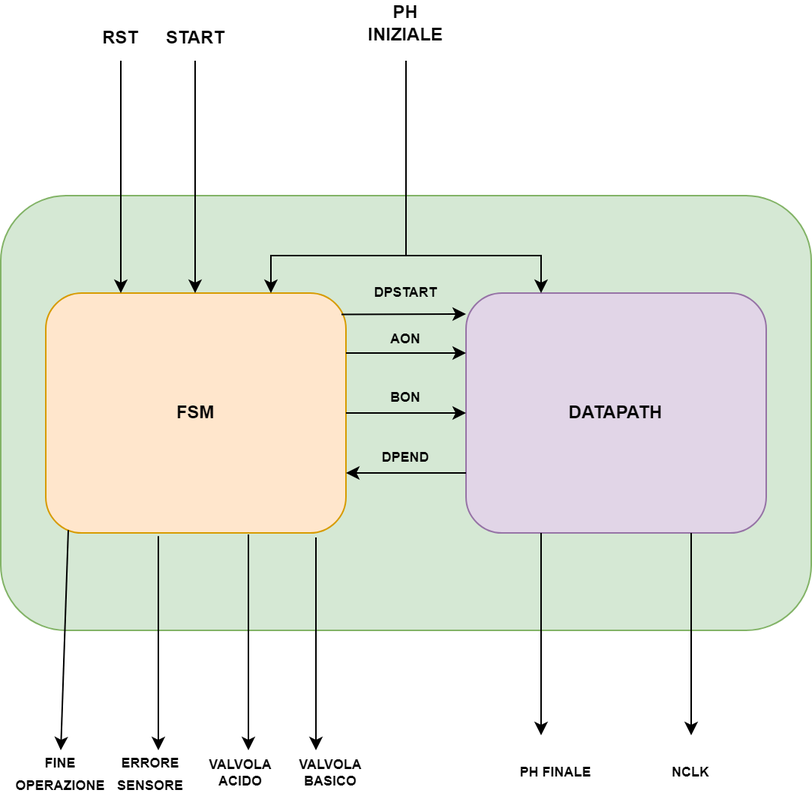
Before: relazione/resources/img/fsm.png, a diagram exported from draw.io (vivia1990/univr-progetto-sis). Source tidied: cells renumbered, new cells last; positions are measured from the earlier drawing's top-left corner, leaving out a move shared by most shapes.
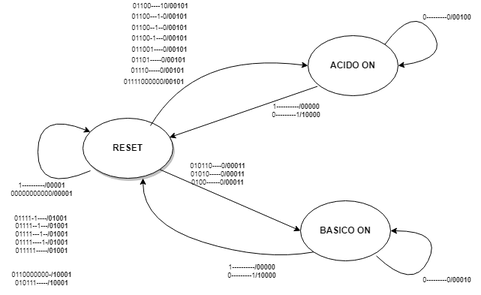
The same diagram one commit later.

Change to the diagram source:
```diff
@@ -2,133 +2,83 @@
   <root>
     <mxCell id="0" />
     <mxCell id="1" parent="0" />
-    <mxCell id="2" style="rounded=1;whiteSpace=wrap;html=1;fillColor=#d5e8d4;strokeColor=#82b366;" parent="1" vertex="1">
-      <mxGeometry y="130" width="540" height="290" as="geometry" />
-    </mxCell>
-    <mxCell id="3" value="&lt;b&gt;FSM&lt;/b&gt;" style="rounded=1;whiteSpace=wrap;html=1;fillColor=#ffe6cc;strokeColor=#d79b00;" parent="1" vertex="1">
-      <mxGeometry x="30" y="195" width="200" height="160" as="geometry" />
-    </mxCell>
-    <mxCell id="4" value="&lt;b&gt;DATAPATH&lt;/b&gt;" style="rounded=1;whiteSpace=wrap;html=1;fillColor=#e1d5e7;strokeColor=#9673a6;" parent="1" vertex="1">
-      <mxGeometry x="310" y="195" width="200" height="160" as="geometry" />
-    </mxCell>
-    <mxCell id="5" style="endArrow=none;html=1;rounded=0;entryX=0;entryY=0.75;entryDx=0;entryDy=0;exitX=1;exitY=0.75;exitDx=0;exitDy=0;startArrow=classic;startFill=1;endFill=0;" parent="1" edge="1" source="3" target="4">
-      <mxGeometry relative="1" as="geometry" />
-    </mxCell>
-    <mxCell id="6" style="endArrow=classic;html=1;rounded=0;entryX=0.25;entryY=0;entryDx=0;entryDy=0;" parent="1" edge="1" target="3">
-      <mxGeometry relative="1" as="geometry">
-        <mxPoint x="80" y="40" as="sourcePoint" />
-      </mxGeometry>
-    </mxCell>
-    <mxCell id="7" style="endArrow=classic;html=1;rounded=0;entryX=0.25;entryY=0;entryDx=0;entryDy=0;" parent="1" edge="1">
-      <mxGeometry relative="1" as="geometry">
-        <mxPoint x="129.5" y="40" as="sourcePoint" />
-        <mxPoint x="129.5" y="195" as="targetPoint" />
-      </mxGeometry>
-    </mxCell>
-    <mxCell id="8" style="endArrow=none;html=1;rounded=0;" parent="1" edge="1" source="2">
-      <mxGeometry relative="1" as="geometry">
-        <mxPoint x="270" y="40" as="targetPoint" />
-        <Array as="points">
-          <mxPoint x="270" y="170" />
-        </Array>
-      </mxGeometry>
-    </mxCell>
-    <mxCell id="9" style="endArrow=classic;html=1;rounded=0;entryX=0.75;entryY=0;entryDx=0;entryDy=0;" parent="1" edge="1" target="3">
-      <mxGeometry relative="1" as="geometry">
-        <mxPoint x="270" y="170" as="sourcePoint" />
-        <Array as="points">
-          <mxPoint x="180" y="170" />
-        </Array>
-      </mxGeometry>
-    </mxCell>
-    <mxCell id="10" style="endArrow=classic;html=1;rounded=0;entryX=0.25;entryY=0;entryDx=0;entryDy=0;" parent="1" edge="1" target="4">
-      <mxGeometry relative="1" as="geometry">
-        <mxPoint x="270" y="170" as="sourcePoint" />
-        <Array as="points">
-          <mxPoint x="360" y="170" />
-        </Array>
-      </mxGeometry>
-    </mxCell>
-    <mxCell id="11" style="endArrow=classic;html=1;rounded=0;entryX=0.5;entryY=0;entryDx=0;entryDy=0;exitX=0.075;exitY=0.988;exitDx=0;exitDy=0;exitPerimeter=0;" parent="1" edge="1" source="3" target="20">
-      <mxGeometry relative="1" as="geometry" />
-    </mxCell>
-    <mxCell id="12" style="endArrow=classic;html=1;rounded=0;exitX=0.675;exitY=1.006;exitDx=0;exitDy=0;exitPerimeter=0;" parent="1" edge="1" source="3">
-      <mxGeometry relative="1" as="geometry">
-        <mxPoint x="165" y="500" as="targetPoint" />
-      </mxGeometry>
-    </mxCell>
-    <mxCell id="13" style="endArrow=classic;html=1;rounded=0;exitX=0.9;exitY=1.019;exitDx=0;exitDy=0;exitPerimeter=0;" parent="1" edge="1" source="3">
-      <mxGeometry relative="1" as="geometry">
-        <mxPoint x="210" y="500" as="targetPoint" />
-      </mxGeometry>
-    </mxCell>
-    <mxCell id="14" style="endArrow=classic;html=1;rounded=0;exitX=0.375;exitY=1.013;exitDx=0;exitDy=0;exitPerimeter=0;" parent="1" edge="1" source="3">
-      <mxGeometry relative="1" as="geometry">
-        <mxPoint x="105" y="500" as="targetPoint" />
-      </mxGeometry>
-    </mxCell>
-    <mxCell id="15" style="endArrow=classic;html=1;rounded=0;exitX=0.25;exitY=1;exitDx=0;exitDy=0;" parent="1" edge="1" source="4">
-      <mxGeometry relative="1" as="geometry">
-        <mxPoint x="360" y="490" as="targetPoint" />
-      </mxGeometry>
-    </mxCell>
-    <mxCell id="16" style="endArrow=classic;html=1;rounded=0;exitX=0.75;exitY=1;exitDx=0;exitDy=0;" parent="1" edge="1" source="4">
-      <mxGeometry relative="1" as="geometry">
-        <mxPoint x="460" y="490" as="targetPoint" />
-      </mxGeometry>
-    </mxCell>
-    <mxCell id="17" value="&lt;b&gt;RST&lt;/b&gt;" style="text;html=1;strokeColor=none;fillColor=none;align=center;verticalAlign=middle;whiteSpace=wrap;rounded=0;" parent="1" vertex="1">
-      <mxGeometry x="50" y="10" width="60" height="30" as="geometry" />
-    </mxCell>
-    <mxCell id="18" value="&lt;b&gt;START&lt;/b&gt;" style="text;html=1;strokeColor=none;fillColor=none;align=center;verticalAlign=middle;whiteSpace=wrap;rounded=0;" parent="1" vertex="1">
-      <mxGeometry x="100" y="10" width="60" height="30" as="geometry" />
-    </mxCell>
-    <mxCell id="19" value="&lt;b&gt;PH INIZIALE&lt;/b&gt;" style="text;html=1;strokeColor=none;fillColor=none;align=center;verticalAlign=middle;whiteSpace=wrap;rounded=0;" parent="1" vertex="1">
-      <mxGeometry x="240" width="60" height="30" as="geometry" />
-    </mxCell>
-    <mxCell id="20" value="&lt;font style=&quot;font-size: 9px;&quot;&gt;&lt;b&gt;FINE OPERAZIONE&lt;/b&gt;&lt;/font&gt;" style="text;html=1;strokeColor=none;fillColor=none;align=center;verticalAlign=middle;whiteSpace=wrap;rounded=0;" parent="1" vertex="1">
-      <mxGeometry x="10" y="500" width="60" height="30" as="geometry" />
-    </mxCell>
-    <mxCell id="21" value="&lt;font style=&quot;font-size: 9px;&quot;&gt;&lt;b&gt;ERRORE SENSORE&lt;/b&gt;&lt;/font&gt;" style="text;html=1;strokeColor=none;fillColor=none;align=center;verticalAlign=middle;whiteSpace=wrap;rounded=0;" parent="1" vertex="1">
-      <mxGeometry x="70" y="500" width="60" height="30" as="geometry" />
-    </mxCell>
-    <mxCell id="22" style="edgeStyle=orthogonalEdgeStyle;rounded=0;orthogonalLoop=1;jettySize=auto;html=1;exitX=0.5;exitY=1;exitDx=0;exitDy=0;" parent="1" edge="1" source="21" target="21">
-      <mxGeometry relative="1" as="geometry" />
-    </mxCell>
-    <mxCell id="23" value="&lt;b&gt;VALVOLA ACIDO&lt;/b&gt;" style="text;html=1;strokeColor=none;fillColor=none;align=center;verticalAlign=middle;whiteSpace=wrap;rounded=0;fontSize=9;" parent="1" vertex="1">
-      <mxGeometry x="130" y="500" width="60" height="30" as="geometry" />
-    </mxCell>
-    <mxCell id="24" value="&lt;b&gt;VALVOLA BASICO&lt;/b&gt;" style="text;html=1;strokeColor=none;fillColor=none;align=center;verticalAlign=middle;whiteSpace=wrap;rounded=0;fontSize=9;" parent="1" vertex="1">
-      <mxGeometry x="190" y="500" width="60" height="30" as="geometry" />
-    </mxCell>
-    <mxCell id="25" value="&lt;b&gt;PH FINALE&lt;/b&gt;" style="text;html=1;strokeColor=none;fillColor=none;align=center;verticalAlign=middle;whiteSpace=wrap;rounded=0;fontSize=9;" parent="1" vertex="1">
-      <mxGeometry x="340" y="500" width="60" height="30" as="geometry" />
-    </mxCell>
-    <mxCell id="26" value="&lt;b&gt;NCLK&lt;/b&gt;" style="text;html=1;strokeColor=none;fillColor=none;align=center;verticalAlign=middle;whiteSpace=wrap;rounded=0;fontSize=9;" parent="1" vertex="1">
-      <mxGeometry x="430" y="500" width="60" height="30" as="geometry" />
-    </mxCell>
-    <mxCell id="27" value="&lt;b&gt;DPEND&lt;/b&gt;" style="text;html=1;strokeColor=none;fillColor=none;align=center;verticalAlign=middle;whiteSpace=wrap;rounded=0;fontSize=9;" parent="1" vertex="1">
-      <mxGeometry x="240" y="290" width="60" height="30" as="geometry" />
-    </mxCell>
-    <mxCell id="28" value="&lt;b&gt;DPSTART&lt;/b&gt;" style="text;html=1;strokeColor=none;fillColor=none;align=center;verticalAlign=middle;whiteSpace=wrap;rounded=0;fontSize=9;" parent="1" vertex="1">
-      <mxGeometry x="240" y="180" width="60" height="30" as="geometry" />
-    </mxCell>
-    <mxCell id="29" style="endArrow=classic;html=1;rounded=0;fontSize=9;exitX=0.985;exitY=0.089;exitDx=0;exitDy=0;exitPerimeter=0;" parent="1" edge="1" source="3">
-      <mxGeometry relative="1" as="geometry">
-        <mxPoint x="310" y="209" as="targetPoint" />
-      </mxGeometry>
-    </mxCell>
-    <mxCell id="30" style="endArrow=classic;html=1;rounded=0;exitX=1;exitY=0.25;exitDx=0;exitDy=0;entryX=0;entryY=0.25;entryDx=0;entryDy=0;" parent="1" edge="1" source="3" target="4">
-      <mxGeometry relative="1" as="geometry" />
-    </mxCell>
-    <mxCell id="31" style="endArrow=classic;html=1;rounded=0;exitX=1;exitY=0.5;exitDx=0;exitDy=0;entryX=0;entryY=0.5;entryDx=0;entryDy=0;" parent="1" edge="1" source="3" target="4">
-      <mxGeometry relative="1" as="geometry" />
-    </mxCell>
-    <mxCell id="32" value="&lt;b&gt;&lt;font style=&quot;font-size: 9px;&quot;&gt;AON&lt;/font&gt;&lt;/b&gt;" style="text;html=1;strokeColor=none;fillColor=none;align=center;verticalAlign=middle;whiteSpace=wrap;rounded=0;" parent="1" vertex="1">
-      <mxGeometry x="240" y="210" width="60" height="30" as="geometry" />
-    </mxCell>
-    <mxCell id="33" value="&lt;b&gt;BON&lt;/b&gt;" style="text;html=1;strokeColor=none;fillColor=none;align=center;verticalAlign=middle;whiteSpace=wrap;rounded=0;fontSize=9;" parent="1" vertex="1">
-      <mxGeometry x="240" y="250" width="60" height="30" as="geometry" />
-    </mxCell>
+    <mxCell id="34" value="&lt;b&gt;RESET&lt;/b&gt;" style="ellipse;whiteSpace=wrap;html=1;perimeterSpacing=0;strokeColor=default;gradientColor=#ffffff;shadow=1;sketch=0;fillStyle=auto;fillColor=default;comic=0;" parent="1" vertex="1">
+      <mxGeometry y="200" width="120" height="80" as="geometry" />
+    </mxCell>
+    <mxCell id="35" value="&lt;b&gt;ACIDO ON&lt;/b&gt;" style="ellipse;whiteSpace=wrap;html=1;" parent="1" vertex="1">
+      <mxGeometry x="300" y="90" width="120" height="80" as="geometry" />
+    </mxCell>
+    <mxCell id="36" value="&lt;b&gt;BASICO ON&lt;/b&gt;" style="ellipse;whiteSpace=wrap;html=1;" parent="1" vertex="1">
+      <mxGeometry x="290" y="310" width="120" height="80" as="geometry" />
+    </mxCell>
+    <mxCell id="37" value="&lt;font style=&quot;font-size: 9px;&quot;&gt;&amp;nbsp; &amp;nbsp; &amp;nbsp; &amp;nbsp;01100----10&lt;b&gt;/00101&lt;/b&gt;&lt;br&gt;&amp;nbsp; &amp;nbsp; &amp;nbsp; 01100---1-0&lt;b&gt;/00101&lt;/b&gt;&lt;br&gt;&amp;nbsp; &amp;nbsp; &amp;nbsp; 01100--1--0&lt;b&gt;/00101&lt;/b&gt;&lt;br&gt;&amp;nbsp; &amp;nbsp; &amp;nbsp; 01100-1---0&lt;b&gt;/00101&lt;br&gt;&lt;/b&gt;&amp;nbsp; &amp;nbsp; &amp;nbsp; 011001----0&lt;b&gt;/00101&lt;/b&gt;&lt;br&gt;&amp;nbsp; &amp;nbsp; &amp;nbsp;01101-----0&lt;b&gt;/00101&lt;/b&gt;&lt;br&gt;&amp;nbsp; &amp;nbsp; 01110-----0&lt;b&gt;/00101&lt;/b&gt;&lt;br&gt;01111000000&lt;b&gt;/00101&lt;/b&gt;&lt;/font&gt;" style="text;html=1;strokeColor=none;fillColor=none;align=center;verticalAlign=middle;whiteSpace=wrap;rounded=0;" parent="1" vertex="1">
+      <mxGeometry x="30" y="50" width="130" height="100" as="geometry" />
+    </mxCell>
+    <mxCell id="38" value="&lt;div style=&quot;font-size: 9px;&quot;&gt;&lt;font style=&quot;font-size: 9px;&quot;&gt;010110----0&lt;b style=&quot;&quot;&gt;/00011&lt;/b&gt;&lt;/font&gt;&lt;/div&gt;&lt;div style=&quot;font-size: 9px;&quot;&gt;&lt;font style=&quot;font-size: 9px;&quot;&gt;01010-----0&lt;b&gt;/00011&lt;/b&gt;&lt;/font&gt;&lt;/div&gt;&lt;div style=&quot;font-size: 9px;&quot;&gt;&lt;font style=&quot;font-size: 9px;&quot;&gt;0100------0&lt;b style=&quot;&quot;&gt;/00011&lt;/b&gt;&lt;/font&gt;&lt;/div&gt;" style="text;html=1;strokeColor=none;fillColor=none;align=center;verticalAlign=middle;whiteSpace=wrap;rounded=0;" parent="1" vertex="1">
+      <mxGeometry x="140" y="260" width="80" height="30" as="geometry" />
+    </mxCell>
+    <mxCell id="39" style="endArrow=classic;html=1;rounded=0;exitX=1;exitY=1;exitDx=0;exitDy=0;entryX=0;entryY=0.5;entryDx=0;entryDy=0;" parent="1" edge="1" source="34" target="36">
+      <mxGeometry relative="1" as="geometry" />
+    </mxCell>
+    <mxCell id="40" style="curved=1;endArrow=classic;html=1;rounded=0;exitX=1;exitY=0;exitDx=0;exitDy=0;entryX=1;entryY=0.5;entryDx=0;entryDy=0;" parent="1" edge="1" source="35" target="35">
+      <mxGeometry relative="1" as="geometry">
+        <Array as="points">
+          <mxPoint x="440" y="50" />
+          <mxPoint x="490" y="120" />
+        </Array>
+      </mxGeometry>
+    </mxCell>
+    <mxCell id="41" value="&lt;font style=&quot;font-size: 9px;&quot;&gt;0---------0&lt;b&gt;/00100&lt;/b&gt;&lt;/font&gt;" style="text;html=1;align=center;verticalAlign=middle;strokeColor=none;fillColor=none;" parent="1" vertex="1">
+      <mxGeometry x="440" y="50" width="90" height="30" as="geometry" />
+    </mxCell>
+    <mxCell id="42" style="curved=1;endArrow=classic;html=1;rounded=0;exitX=0.842;exitY=0.918;exitDx=0;exitDy=0;exitPerimeter=0;entryX=1;entryY=0.5;entryDx=0;entryDy=0;" parent="1" edge="1" source="36" target="36">
+      <mxGeometry relative="1" as="geometry">
+        <Array as="points">
+          <mxPoint x="440" y="430" />
+          <mxPoint x="480" y="350" />
+        </Array>
+      </mxGeometry>
+    </mxCell>
+    <mxCell id="43" value="&lt;font style=&quot;font-size: 9px;&quot;&gt;0---------0&lt;b&gt;/00010&lt;/b&gt;&lt;/font&gt;" style="text;html=1;align=center;verticalAlign=middle;strokeColor=none;fillColor=none;" parent="1" vertex="1">
+      <mxGeometry x="440" y="400" width="90" height="30" as="geometry" />
+    </mxCell>
+    <mxCell id="44" style="curved=1;endArrow=classic;html=1;rounded=0;fontSize=9;entryX=0;entryY=0.5;entryDx=0;entryDy=0;" parent="1" edge="1" target="35">
+      <mxGeometry relative="1" as="geometry">
+        <mxPoint x="90" y="210" as="sourcePoint" />
+        <Array as="points">
+          <mxPoint x="120" y="160" />
+          <mxPoint x="220" y="120" />
+        </Array>
+      </mxGeometry>
+    </mxCell>
+    <mxCell id="45" style="endArrow=classic;html=1;rounded=0;fontSize=9;exitX=0.105;exitY=0.844;exitDx=0;exitDy=0;exitPerimeter=0;entryX=0.96;entryY=0.32;entryDx=0;entryDy=0;entryPerimeter=0;" parent="1" edge="1" source="35" target="34">
+      <mxGeometry relative="1" as="geometry" />
+    </mxCell>
+    <mxCell id="46" style="curved=1;endArrow=classic;html=1;rounded=0;fontSize=9;entryX=0.667;entryY=1;entryDx=0;entryDy=0;entryPerimeter=0;exitX=0;exitY=1;exitDx=0;exitDy=0;" parent="1" edge="1" source="36" target="34">
+      <mxGeometry relative="1" as="geometry">
+        <Array as="points">
+          <mxPoint x="240" y="390" />
+          <mxPoint x="80" y="340" />
+        </Array>
+      </mxGeometry>
+    </mxCell>
+    <mxCell id="47" value="1----------&lt;b&gt;/00000&lt;br&gt;&lt;/b&gt;0---------1&lt;b&gt;/10000&lt;/b&gt;&lt;b&gt;&lt;br&gt;&lt;/b&gt;" style="text;html=1;align=center;verticalAlign=middle;strokeColor=none;fillColor=none;fontSize=9;" parent="1" vertex="1">
+      <mxGeometry x="239" y="170" width="90" height="40" as="geometry" />
+    </mxCell>
+    <mxCell id="48" value="&lt;div&gt;1----------&lt;b&gt;/00000&lt;/b&gt;&lt;br&gt;0---------1&lt;b&gt;/10000&lt;/b&gt;&lt;br&gt;&lt;/div&gt;&lt;div&gt;&lt;br&gt;&lt;/div&gt;" style="text;html=1;align=center;verticalAlign=middle;strokeColor=none;fillColor=none;fontSize=9;" parent="1" vertex="1">
+      <mxGeometry x="180" y="385" width="90" height="50" as="geometry" />
+    </mxCell>
+    <mxCell id="49" style="curved=1;endArrow=classic;html=1;rounded=0;fontSize=9;entryX=0.083;entryY=0.228;entryDx=0;entryDy=0;entryPerimeter=0;" parent="1" edge="1" target="34">
+      <mxGeometry relative="1" as="geometry">
+        <mxPoint x="10" y="270" as="sourcePoint" />
+        <Array as="points">
+          <mxPoint x="-60" y="300" />
+          <mxPoint x="-60" y="190" />
+        </Array>
+      </mxGeometry>
+    </mxCell>
+    <mxCell id="50" value="&lt;div&gt;1----------&lt;b&gt;/00001&lt;/b&gt;&lt;/div&gt;&lt;div&gt;00000000000&lt;b&gt;/00001&lt;/b&gt;&lt;/div&gt;&lt;div&gt;&lt;br&gt;&lt;/div&gt;&lt;div&gt;&lt;br&gt;&lt;/div&gt;&lt;div&gt;01111-1----&lt;b&gt;/01001&lt;/b&gt;&amp;nbsp;&lt;/div&gt;&lt;div&gt;01111--1---&lt;b&gt;/01001&lt;/b&gt;&lt;/div&gt;&lt;div&gt;01111---1--&lt;b&gt;/01001&lt;/b&gt;&lt;/div&gt;&lt;div&gt;01111----1-&lt;b&gt;/01001&lt;/b&gt;&lt;/div&gt;&lt;div&gt;011111-----&lt;b&gt;/01001&lt;/b&gt;&lt;/div&gt;&lt;div&gt;&lt;br&gt;&lt;/div&gt;&lt;div&gt;&lt;br&gt;&lt;/div&gt;&lt;div&gt;0110000000-&lt;b&gt;/10001&lt;/b&gt;&lt;/div&gt;&lt;div&gt;010111-----&lt;b&gt;/10001&lt;/b&gt;&lt;/div&gt;" style="text;html=1;align=center;verticalAlign=middle;strokeColor=none;fillColor=none;fontSize=9;" parent="1" vertex="1">
+      <mxGeometry x="-110" y="280" width="110" height="150" as="geometry" />
+    </mxCell>
   </root>
 </mxGraphModel>
```
